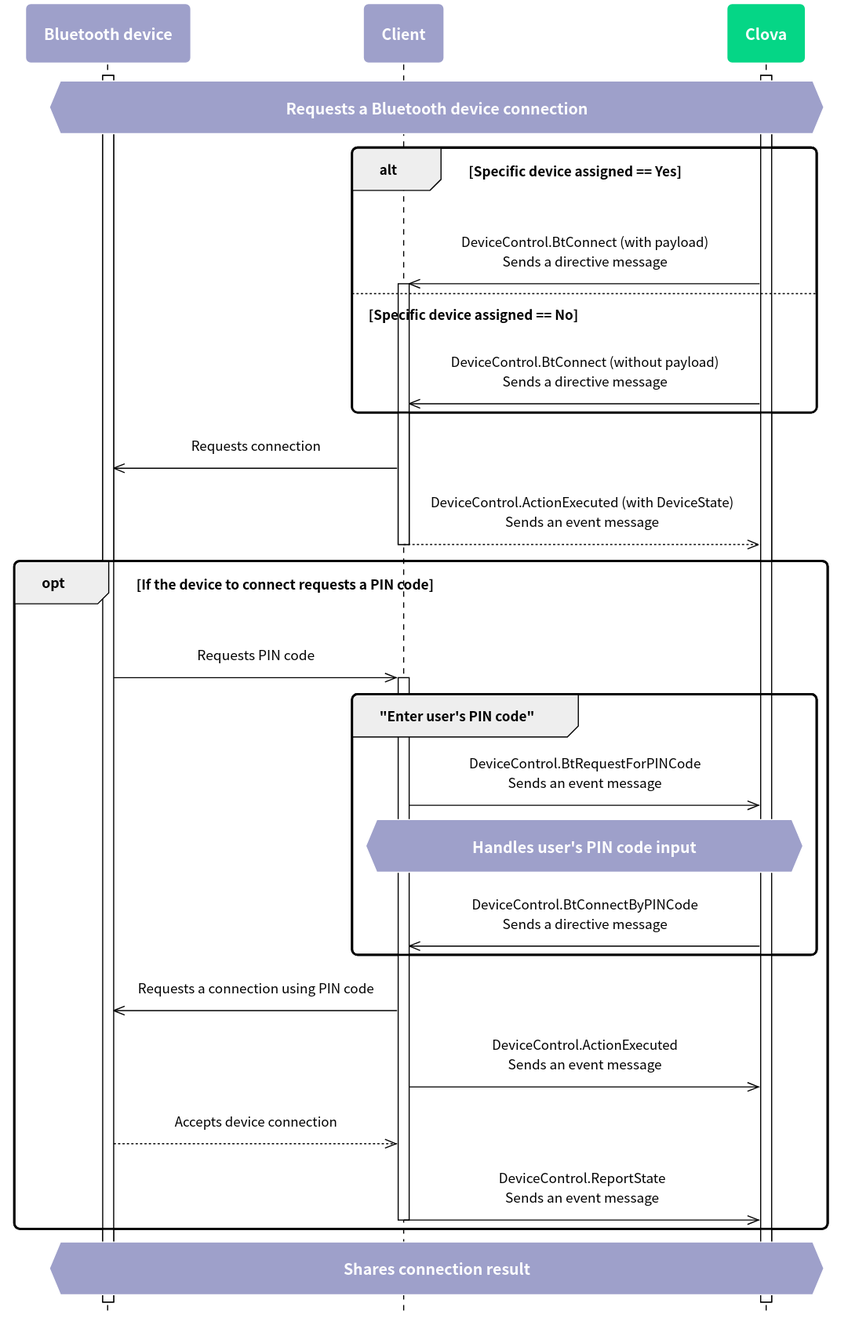
The PlantUML diagram en-KR/Develop/Assets/Images/CIC_BluetoothControl_Work_Flow2.svg in muchokwon/clova-client-developer-guide, before a commit.
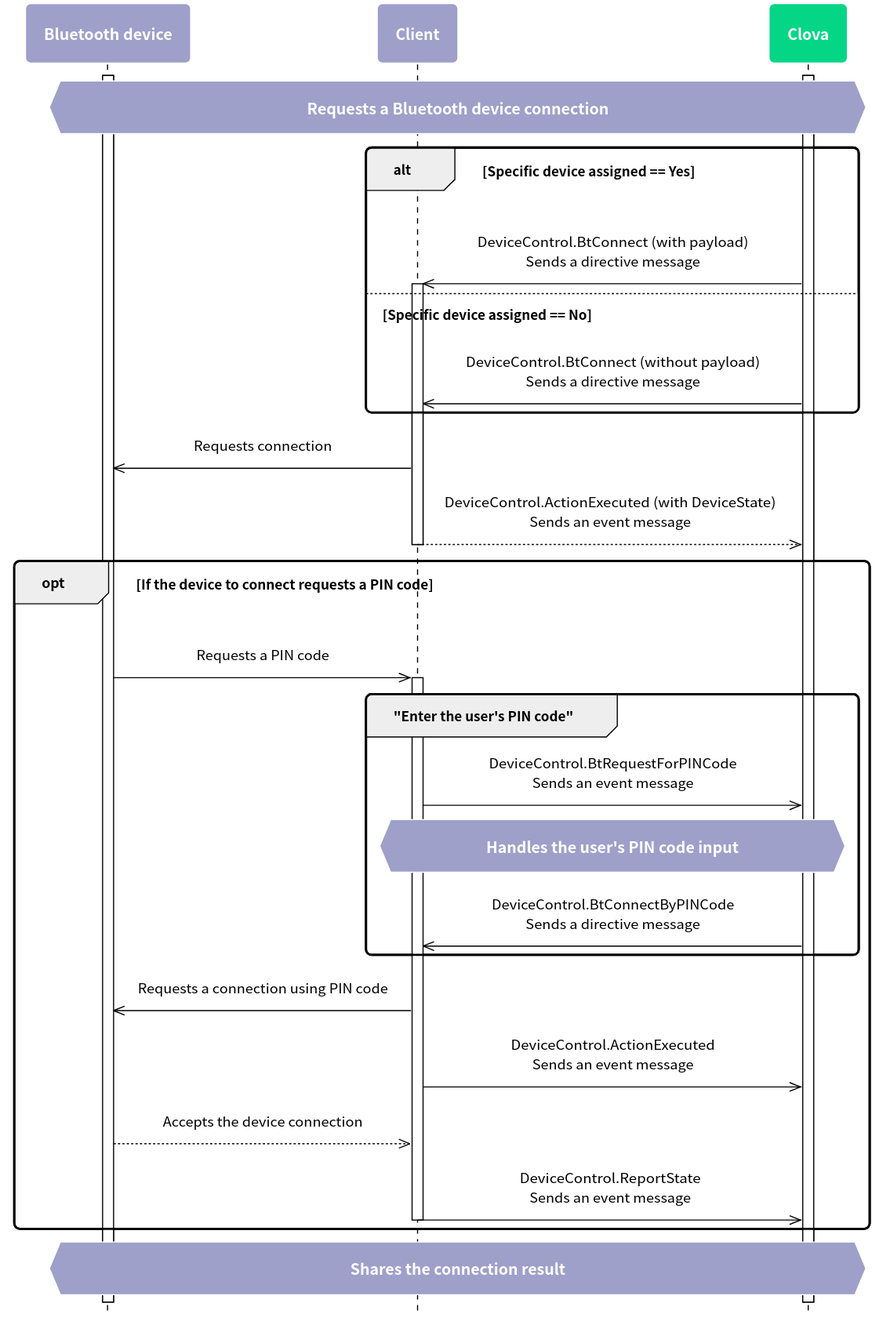
The same file after the commit.

Change to the diagram source:
```diff
@@ -69,21 +69,21 @@
 
 	deactivate client
 opt If the device to connect requests a PIN code
-	device ->> client : Requests PIN code
+	device ->> client : Requests a PIN code
 
 	activate client
 
-  group "Enter user's PIN code"
+  group "Enter the user's PIN code"
     client ->> clova : DeviceControl.BtRequestForPINCode\nSends an event message
-    hnote over client, clova : Handles user's PIN code input
+    hnote over client, clova : Handles the user's PIN code input
     clova ->> client : DeviceControl.BtConnectByPINCode\nSends a directive message
   end
   client ->> device : Requests a connection using PIN code
   client ->> clova: DeviceControl.ActionExecuted\nSends an event message
-	device -->> client : Accepts device connection
+	device -->> client : Accepts the device connection
   client ->> clova : DeviceControl.ReportState\nSends an event message
 deactivate client
 end
-hnote over device, clova : Shares connection result
+hnote over device, clova : Shares the connection result
 
 @enduml
```
